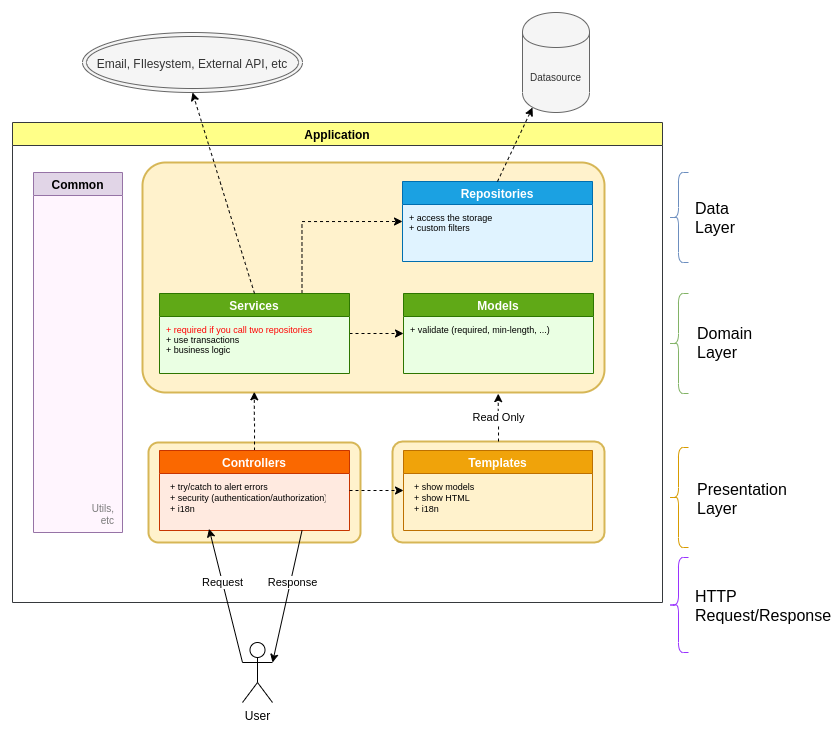
Above: docs/architecture/layers.png in winframework/winphp (draw.io), before the change. Source tidied: cells renumbered, new cells last; positions are measured from the earlier drawing's top-left corner, leaving out a move shared by most shapes.
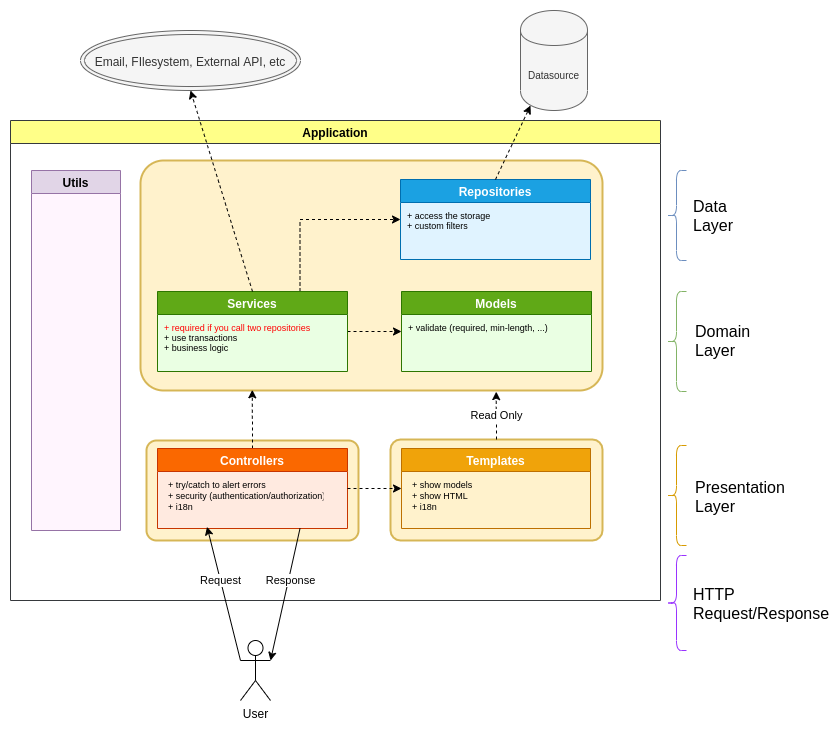
The same diagram one commit later.

Diff of the diagram source:
```diff
@@ -40,12 +40,9 @@
     <mxCell id="13" value="+ access the storage&lt;br&gt;+ custom filters" style="text;html=1;align=left;verticalAlign=top;spacingTop=0;fontSize=9;fontColor=#000000;" parent="12" vertex="1">
       <mxGeometry x="5" y="25" width="100" height="30" as="geometry" />
     </mxCell>
-    <mxCell id="14" value="Common" style="swimlane;fillColor=#e1d5e7;strokeColor=#9673a6;swimlaneFillColor=#FFF5FE;startSize=23;" parent="4" vertex="1">
+    <mxCell id="14" value="Utils" style="swimlane;fillColor=#e1d5e7;strokeColor=#9673a6;swimlaneFillColor=#FFF5FE;startSize=23;" parent="4" vertex="1">
       <mxGeometry x="21" y="50" width="89" height="360" as="geometry" />
     </mxCell>
-    <mxCell id="15" value="Utils,&lt;br&gt;etc" style="text;html=1;strokeColor=none;fillColor=none;align=right;verticalAlign=bottom;whiteSpace=wrap;rounded=0;fontSize=10;fontColor=#7A7A7A;spacingRight=6;spacingBottom=3;" parent="14" vertex="1">
-      <mxGeometry x="1" y="236" width="88" height="124" as="geometry" />
-    </mxCell>
     <mxCell id="16" style="edgeStyle=orthogonalEdgeStyle;rounded=0;orthogonalLoop=1;jettySize=auto;html=1;exitX=1;exitY=0.5;exitDx=0;exitDy=0;entryX=0;entryY=0.5;entryDx=0;entryDy=0;endArrow=classic;endFill=0;strokeColor=#7A7A7A;" parent="4" edge="1">
       <mxGeometry relative="1" as="geometry" />
     </mxCell>
```
